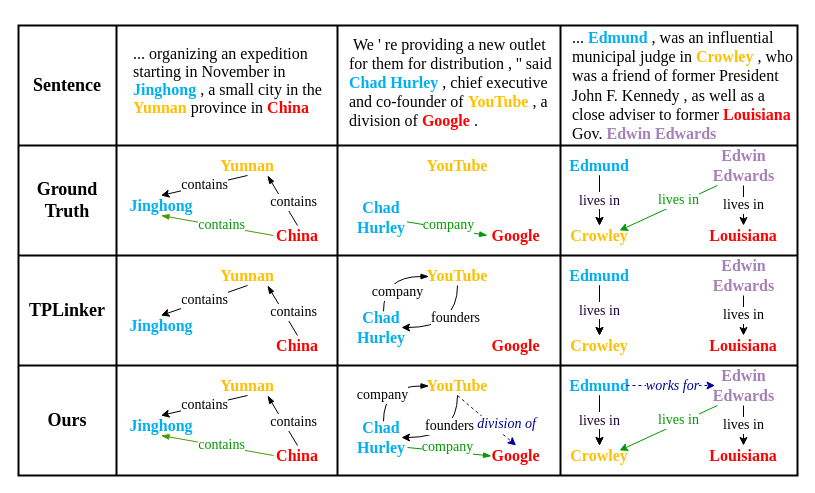
The draw.io diagram Untitled Diagram.drawio in zhangSchnee/gittest, before the edit. Source tidied: cells renumbered, new cells numbered last; positions are measured from the earlier drawing's top-left corner, leaving out a move shared by most shapes. Both pictures are drawn from the tidied source at 100%, with x=0, y=0 at pixel (18, 25).
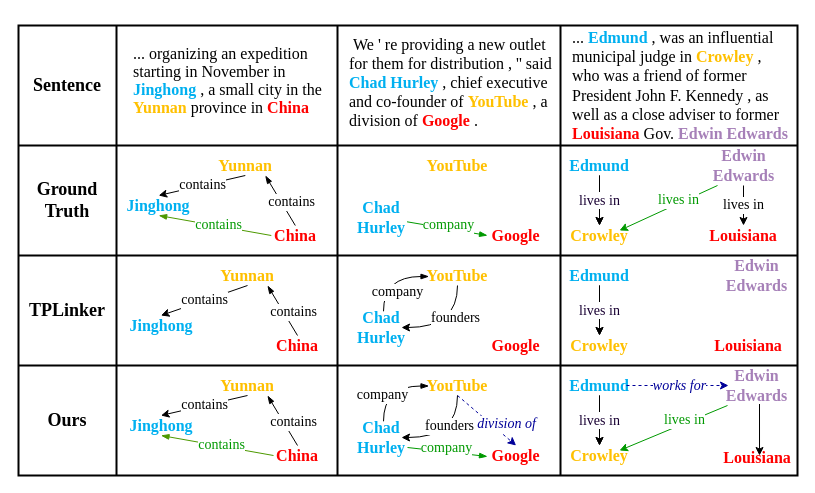
The same page after the edit.

Unchanged cells that the change refers to:
```xml
<mxCell id="2" style="shape=table;html=1;whiteSpace=wrap;startSize=0;childLayout=tableLayout;strokeWidth=2;perimeterSpacing=1;" parent="1" vertex="1">
  <mxGeometry width="779" height="450" as="geometry" />
</mxCell>
<mxCell id="8" style="shape=partialRectangle;html=1;whiteSpace=wrap;fillColor=none;top=0;left=0;bottom=0;right=0;" parent="2" vertex="1">
  <mxGeometry y="120" width="779" height="110" as="geometry" />
</mxCell>
<mxCell id="33" value="&lt;span style=&quot;color: rgb(255 , 0 , 0) ; font-family: &amp;#34;times new roman&amp;#34; ; font-weight: 700 ; text-align: left&quot;&gt;&lt;font style=&quot;font-size: 16px&quot;&gt;Google&lt;/font&gt;&lt;/span&gt;" style="text;html=1;strokeColor=none;fillColor=none;align=center;verticalAlign=middle;whiteSpace=wrap;rounded=0;" parent="1" vertex="1">
  <mxGeometry x="479" y="420" width="37.2" height="20" as="geometry" />
</mxCell>
<mxCell id="71" value="&lt;font color=&quot;#ffc000&quot; face=&quot;Times New Roman&quot; size=&quot;1&quot;&gt;&lt;b style=&quot;font-size: 16px&quot;&gt;Crowley&lt;/b&gt;&lt;/font&gt;" style="text;html=1;strokeColor=none;fillColor=none;align=center;verticalAlign=middle;whiteSpace=wrap;rounded=0;fontColor=#00B0F0;" parent="1" vertex="1">
  <mxGeometry x="561" y="420" width="40" height="20" as="geometry" />
</mxCell>
```

The edit, as a diff of the source:
```diff
@@
-    <mxCell id="3" style="shape=partialRectangle;html=1;whiteSpace=wrap;fillColor=none;top=0;left=0;bottom=0;right=0;spacingBottom=1;" parent="2" vertex="1">
+    <mxCell id="3" style="shape=partialRectangle;html=1;whiteSpace=wrap;fillColor=none;top=0;left=0;bottom=0;right=0;spacingBottom=0;spacing=2;spacingRight=8;spacingLeft=10;" parent="2" vertex="1">
       <mxGeometry width="779" height="120" as="geometry" />
     </mxCell>
@@
-    <mxCell id="5" value="&lt;p style=&quot;line-height: normal ; margin: 0pt 0in ; text-indent: 0in ; direction: ltr ; unicode-bidi: embed ; word-break: normal ; font-size: 16px&quot;&gt;&lt;span style=&quot;font-size: 16px ; font-family: &amp;#34;times new roman&amp;#34; ; text-indent: 0in&quot;&gt;... organizing an expedition&lt;/span&gt;&lt;span style=&quot;font-family: &amp;#34;times new roman&amp;#34; ; font-size: 16px ; text-indent: 0in&quot;&gt;&amp;nbsp;&lt;br&gt;&lt;/span&gt;&lt;font style=&quot;font-size: 16px&quot; face=&quot;Times New Roman&quot;&gt;&lt;span&gt;starting in November in&amp;nbsp;&lt;br&gt;&lt;/span&gt;&lt;/font&gt;&lt;font style=&quot;font-size: 16px&quot; face=&quot;Times New Roman&quot;&gt;&lt;span style=&quot;color: rgb(0 , 176 , 240) ; font-weight: bold&quot;&gt;Jinghong&lt;/span&gt;&lt;span&gt; , a small city in the &lt;/span&gt;&lt;span style=&quot;color: rgb(255 , 192 , 0) ; font-weight: bold&quot;&gt;Yunnan&lt;/span&gt;&lt;span&gt; province in &lt;/span&gt;&lt;span style=&quot;color: red ; font-weight: bold&quot;&gt;China&lt;/span&gt;&lt;/font&gt;&lt;/p&gt;" style="shape=partialRectangle;html=1;whiteSpace=wrap;overflow=hidden;top=0;left=0;bottom=0;right=0;spacingLeft=15;fillColor=none;spacing=2;strokeWidth=1;align=left;spacingTop=-10;" parent="3" vertex="1">
+    <mxCell id="5" value="&lt;p style=&quot;line-height: normal ; margin: 0pt 0in ; text-indent: 0in ; direction: ltr ; unicode-bidi: embed ; word-break: normal ; font-size: 16px&quot;&gt;&lt;span style=&quot;font-size: 16px ; font-family: &amp;#34;times new roman&amp;#34; ; text-indent: 0in&quot;&gt;... organizing an expedition&lt;/span&gt;&lt;span style=&quot;font-family: &amp;#34;times new roman&amp;#34; ; font-size: 16px ; text-indent: 0in&quot;&gt;&amp;nbsp;&lt;br&gt;&lt;/span&gt;&lt;font style=&quot;font-size: 16px&quot; face=&quot;Times New Roman&quot;&gt;&lt;span&gt;starting in November in&amp;nbsp;&lt;br&gt;&lt;/span&gt;&lt;/font&gt;&lt;font style=&quot;font-size: 16px&quot; face=&quot;Times New Roman&quot;&gt;&lt;span style=&quot;color: rgb(0 , 176 , 240) ; font-weight: bold&quot;&gt;Jinghong&lt;/span&gt;&lt;span&gt; , a small city in the &lt;/span&gt;&lt;span style=&quot;color: rgb(255 , 192 , 0) ; font-weight: bold&quot;&gt;Yunnan&lt;/span&gt;&lt;span&gt; province in &lt;/span&gt;&lt;span style=&quot;color: red ; font-weight: bold&quot;&gt;China&lt;/span&gt;&lt;/font&gt;&lt;/p&gt;" style="shape=partialRectangle;html=1;whiteSpace=wrap;overflow=hidden;top=0;left=0;bottom=0;right=0;spacingLeft=15;fillColor=none;spacing=2;strokeWidth=1;align=left;spacingTop=-10;spacingRight=8;" parent="3" vertex="1">
       <mxGeometry x="98" width="221" height="120" as="geometry" />
     </mxCell>
-    <mxCell id="6" value="&lt;p style=&quot;font-size: 16px&quot;&gt;&lt;span style=&quot;font-family: &amp;#34;times new roman&amp;#34;&quot;&gt;&amp;nbsp;We ' re providing a new outlet for them for distribution , '' said &lt;/span&gt;&lt;font color=&quot;#00b0f0&quot; style=&quot;font-size: 16px ; font-family: &amp;#34;times new roman&amp;#34;&quot;&gt;&lt;b&gt;Chad Hurley&lt;/b&gt;&lt;/font&gt;&lt;span style=&quot;font-family: &amp;#34;times new roman&amp;#34;&quot;&gt; , chief executive and co-founder of &lt;/span&gt;&lt;b style=&quot;font-family: &amp;#34;times new roman&amp;#34;&quot;&gt;&lt;font color=&quot;#ffc000&quot; style=&quot;font-size: 16px&quot;&gt;YouTube&lt;/font&gt;&lt;/b&gt;&lt;span style=&quot;font-family: &amp;#34;times new roman&amp;#34;&quot;&gt; , a division of &lt;/span&gt;&lt;b style=&quot;font-family: &amp;#34;times new roman&amp;#34;&quot;&gt;&lt;font color=&quot;#ff0000&quot; style=&quot;font-size: 16px&quot;&gt;Google&lt;/font&gt;&lt;/b&gt;&lt;span style=&quot;font-family: &amp;#34;times new roman&amp;#34;&quot;&gt; .&lt;/span&gt;&lt;/p&gt;" style="shape=partialRectangle;html=1;whiteSpace=wrap;overflow=hidden;fillColor=none;top=0;left=0;bottom=0;right=0;align=left;spacingLeft=10;spacingRight=0;spacingBottom=7;spacingTop=-9;" parent="3" vertex="1">
+    <mxCell id="6" value="&lt;p style=&quot;font-size: 16px&quot;&gt;&lt;span style=&quot;font-family: &amp;#34;times new roman&amp;#34;&quot;&gt;&amp;nbsp;We ' re providing a new outlet for them for distribution , '' said &lt;/span&gt;&lt;font color=&quot;#00b0f0&quot; style=&quot;font-size: 16px ; font-family: &amp;#34;times new roman&amp;#34;&quot;&gt;&lt;b&gt;Chad Hurley&lt;/b&gt;&lt;/font&gt;&lt;span style=&quot;font-family: &amp;#34;times new roman&amp;#34;&quot;&gt; , chief executive and co-founder of &lt;/span&gt;&lt;b style=&quot;font-family: &amp;#34;times new roman&amp;#34;&quot;&gt;&lt;font color=&quot;#ffc000&quot; style=&quot;font-size: 16px&quot;&gt;YouTube&lt;/font&gt;&lt;/b&gt;&lt;span style=&quot;font-family: &amp;#34;times new roman&amp;#34;&quot;&gt; , a division of &lt;/span&gt;&lt;b style=&quot;font-family: &amp;#34;times new roman&amp;#34;&quot;&gt;&lt;font color=&quot;#ff0000&quot; style=&quot;font-size: 16px&quot;&gt;Google&lt;/font&gt;&lt;/b&gt;&lt;span style=&quot;font-family: &amp;#34;times new roman&amp;#34;&quot;&gt; .&lt;/span&gt;&lt;/p&gt;" style="shape=partialRectangle;html=1;whiteSpace=wrap;overflow=hidden;fillColor=none;top=0;left=0;bottom=0;right=0;align=left;spacingLeft=10;spacingRight=8;spacingBottom=7;spacingTop=-9;" parent="3" vertex="1">
       <mxGeometry x="319" width="223" height="120" as="geometry" />
     </mxCell>
-    <mxCell id="7" value="&lt;font face=&quot;Times New Roman&quot; style=&quot;font-size: 16px&quot;&gt;... &lt;font color=&quot;#00b0f0&quot; style=&quot;font-size: 16px&quot;&gt;&lt;b&gt;Edmund&lt;/b&gt;&lt;/font&gt; , was an influential municipal judge in &lt;b&gt;&lt;font color=&quot;#ffc000&quot; style=&quot;font-size: 16px&quot;&gt;Crowley&lt;/font&gt;&lt;/b&gt; , who was a friend of former President John F. Kennedy , as well as a close adviser to former &lt;font color=&quot;#ff0000&quot; style=&quot;font-size: 16px&quot;&gt;&lt;b&gt;Louisiana&lt;/b&gt;&lt;/font&gt; Gov. &lt;font color=&quot;#a680b8&quot; style=&quot;font-size: 16px&quot;&gt;&lt;b&gt;Edwin Edwards&lt;/b&gt;&lt;/font&gt;&lt;/font&gt;" style="shape=partialRectangle;html=1;whiteSpace=wrap;overflow=hidden;fillColor=none;top=0;left=0;bottom=0;right=0;align=left;spacingLeft=10;" parent="3" vertex="1">
+    <mxCell id="7" value="&lt;font face=&quot;Times New Roman&quot; style=&quot;font-size: 16px&quot;&gt;... &lt;font color=&quot;#00b0f0&quot; style=&quot;font-size: 16px&quot;&gt;&lt;b&gt;Edmund&lt;/b&gt;&lt;/font&gt; , was an influential municipal judge in &lt;b&gt;&lt;font color=&quot;#ffc000&quot; style=&quot;font-size: 16px&quot;&gt;Crowley&lt;/font&gt;&lt;/b&gt; , who was a friend of former President John F. Kennedy , as well as a close adviser to former &lt;font color=&quot;#ff0000&quot; style=&quot;font-size: 16px&quot;&gt;&lt;b&gt;Louisiana&lt;/b&gt;&lt;/font&gt; Gov. &lt;font color=&quot;#a680b8&quot; style=&quot;font-size: 16px&quot;&gt;&lt;b&gt;Edwin Edwards&lt;/b&gt;&lt;/font&gt;&lt;/font&gt;" style="shape=partialRectangle;html=1;whiteSpace=wrap;overflow=hidden;fillColor=none;top=0;left=0;bottom=0;right=0;align=left;spacingLeft=10;spacingRight=8;spacingBottom=0;" parent="3" vertex="1">
       <mxGeometry x="542" width="237" height="120" as="geometry" />
     </mxCell>
@@
-    <mxCell id="12" style="shape=partialRectangle;html=1;whiteSpace=wrap;overflow=hidden;fillColor=none;top=0;left=0;bottom=0;right=0;" parent="8" vertex="1">
+    <mxCell id="12" style="shape=partialRectangle;html=1;whiteSpace=wrap;overflow=hidden;fillColor=none;top=0;left=0;bottom=0;right=0;spacingLeft=1;" parent="8" vertex="1">
       <mxGeometry x="542" width="237" height="110" as="geometry" />
     </mxCell>
@@
-    <mxCell id="31" style="endArrow=none;html=1;startArrow=blockThin;startFill=1;endFill=0;rounded=1;exitX=-0.161;exitY=0.525;exitDx=0;exitDy=0;exitPerimeter=0;strokeColor=#009900;" parent="1" edge="1" source="33">
+    <mxCell id="31" style="endArrow=none;html=1;startArrow=blockThin;startFill=1;endFill=0;rounded=1;strokeColor=#009900;" parent="1" edge="1">
       <mxGeometry relative="1" as="geometry">
+        <mxPoint x="469" y="431" as="sourcePoint" />
         <mxPoint x="389" y="422" as="targetPoint" />
       </mxGeometry>
     </mxCell>
@@
     <mxCell id="39" value="&lt;span style=&quot;color: rgb(0 , 176 , 240) ; font-family: &amp;#34;times new roman&amp;#34; ; font-weight: 700 ; text-align: left&quot;&gt;&lt;font style=&quot;font-size: 16px&quot;&gt;Jinghong&lt;/font&gt;&lt;/span&gt;" style="text;html=1;strokeColor=none;fillColor=none;align=center;verticalAlign=middle;whiteSpace=wrap;rounded=0;" parent="1" vertex="1">
-      <mxGeometry x="122.5" y="170" width="40" height="20" as="geometry" />
+      <mxGeometry x="120.2" y="170" width="40" height="20" as="geometry" />
     </mxCell>
@@
     <mxCell id="41" value="&lt;span style=&quot;color: rgb(255 , 192 , 0) ; font-family: &amp;#34;times new roman&amp;#34; ; font-weight: 700 ; text-align: left&quot;&gt;&lt;font style=&quot;font-size: 16px&quot;&gt;Yunnan&lt;/font&gt;&lt;/span&gt;" style="text;html=1;strokeColor=none;fillColor=none;align=center;verticalAlign=middle;whiteSpace=wrap;rounded=0;fontSize=14;" parent="1" vertex="1">
-      <mxGeometry x="209" y="130" width="40" height="20" as="geometry" />
+      <mxGeometry x="206.8" y="130" width="40" height="20" as="geometry" />
     </mxCell>
@@
     <mxCell id="44" value="&lt;span style=&quot;color: rgb(255 , 0 , 0) ; font-family: &amp;#34;times new roman&amp;#34; ; font-weight: 700 ; text-align: left&quot;&gt;&lt;font style=&quot;font-size: 16px&quot;&gt;China&lt;/font&gt;&lt;/span&gt;" style="text;html=1;strokeColor=none;fillColor=none;align=center;verticalAlign=middle;whiteSpace=wrap;rounded=0;" parent="1" vertex="1">
-      <mxGeometry x="259" y="200" width="40" height="20" as="geometry" />
+      <mxGeometry x="256.8" y="200" width="40" height="20" as="geometry" />
     </mxCell>
@@
     <mxCell id="60" style="endArrow=none;html=1;startArrow=blockThin;startFill=1;endFill=0;rounded=1;strokeColor=#4D9900;exitX=0.5;exitY=1;exitDx=0;exitDy=0;startSize=6;" parent="1" edge="1" source="39">
       <mxGeometry relative="1" as="geometry">
-        <mxPoint x="255" y="210" as="targetPoint" />
+        <mxPoint x="252.8" y="210" as="targetPoint" />
       </mxGeometry>
     </mxCell>
@@
     <mxCell id="72" value="&lt;b style=&quot;font-size: 16px&quot;&gt;&lt;font style=&quot;font-size: 16px&quot;&gt;Edwin &lt;br&gt;Edwards&lt;/font&gt;&lt;/b&gt;" style="text;html=1;strokeColor=none;fillColor=none;align=center;verticalAlign=middle;whiteSpace=wrap;rounded=0;fontFamily=Times New Roman;fontColor=#A680B8;" parent="1" vertex="1">
-      <mxGeometry x="696.5" y="350" width="57" height="20" as="geometry" />
+      <mxGeometry x="710" y="350" width="57" height="20" as="geometry" />
     </mxCell>
     <mxCell id="73" value="&lt;font face=&quot;Times New Roman&quot; color=&quot;#ff0000&quot; size=&quot;1&quot;&gt;&lt;b style=&quot;font-size: 16px&quot;&gt;Louisiana&lt;/b&gt;&lt;/font&gt;" style="text;html=1;strokeColor=none;fillColor=none;align=center;verticalAlign=middle;whiteSpace=wrap;rounded=0;fontColor=#00B0F0;" parent="1" vertex="1">
-      <mxGeometry x="705" y="420" width="40" height="20" as="geometry" />
+      <mxGeometry x="718.5" y="422" width="40" height="20" as="geometry" />
     </mxCell>
     <mxCell id="74" style="endArrow=classic;html=1;fontFamily=Times New Roman;entryX=1;entryY=0.25;entryDx=0;entryDy=0;fontColor=#009900;strokeColor=#009900;" parent="1" edge="1" target="71">
       <mxGeometry relative="1" as="geometry">
-        <mxPoint x="699" y="380" as="sourcePoint" />
+        <mxPoint x="709" y="380" as="sourcePoint" />
       </mxGeometry>
     </mxCell>
@@
-    <mxCell id="76" value="&lt;font color=&quot;#000000&quot; style=&quot;font-size: 14px&quot;&gt;lives in&lt;/font&gt;" style="edgeStyle=orthogonalEdgeStyle;rounded=0;jettySize=auto;html=1;entryX=0.5;entryY=0;entryDx=0;entryDy=0;fontFamily=Times New Roman;fontColor=#009900;" parent="1" edge="1" target="73">
-      <mxGeometry relative="1" as="geometry">
-        <mxPoint x="725" y="380" as="sourcePoint" />
-        <Array as="points">
-          <mxPoint x="725" y="380" />
-        </Array>
-      </mxGeometry>
-    </mxCell>
@@
     <mxCell id="82" value="&lt;b style=&quot;font-size: 16px&quot;&gt;&lt;font style=&quot;font-size: 16px&quot;&gt;Edwin &lt;br&gt;Edwards&lt;/font&gt;&lt;/b&gt;" style="text;html=1;strokeColor=none;fillColor=none;align=center;verticalAlign=middle;whiteSpace=wrap;rounded=0;fontFamily=Times New Roman;fontColor=#A680B8;" parent="1" vertex="1">
-      <mxGeometry x="696.5" y="240" width="57" height="20" as="geometry" />
+      <mxGeometry x="710" y="240" width="57" height="20" as="geometry" />
     </mxCell>
     <mxCell id="83" value="&lt;font face=&quot;Times New Roman&quot; color=&quot;#ff0000&quot; size=&quot;1&quot;&gt;&lt;b style=&quot;font-size: 16px&quot;&gt;Louisiana&lt;/b&gt;&lt;/font&gt;" style="text;html=1;strokeColor=none;fillColor=none;align=center;verticalAlign=middle;whiteSpace=wrap;rounded=0;fontColor=#00B0F0;" parent="1" vertex="1">
-      <mxGeometry x="705" y="310" width="40" height="20" as="geometry" />
+      <mxGeometry x="710" y="310" width="40" height="20" as="geometry" />
     </mxCell>
-    <mxCell id="84" value="&lt;font color=&quot;#000000&quot; style=&quot;font-size: 14px&quot;&gt;lives in&lt;/font&gt;" style="edgeStyle=orthogonalEdgeStyle;rounded=0;jettySize=auto;html=1;entryX=0.5;entryY=0;entryDx=0;entryDy=0;fontFamily=Times New Roman;fontColor=#009900;" parent="1" edge="1" target="83">
-      <mxGeometry relative="1" as="geometry">
-        <mxPoint x="725" y="270" as="sourcePoint" />
-        <Array as="points">
-          <mxPoint x="725" y="270" />
-        </Array>
-      </mxGeometry>
-    </mxCell>
@@
+    <mxCell id="94" style="endArrow=classic;html=1;strokeColor=#000000;fontSize=14;fontColor=#000099;exitX=0.544;exitY=1.425;exitDx=0;exitDy=0;exitPerimeter=0;entryX=0.563;entryY=0.4;entryDx=0;entryDy=0;entryPerimeter=0;" parent="1" edge="1" source="72" target="73">
+      <mxGeometry relative="1" as="geometry" />
+    </mxCell>
```
